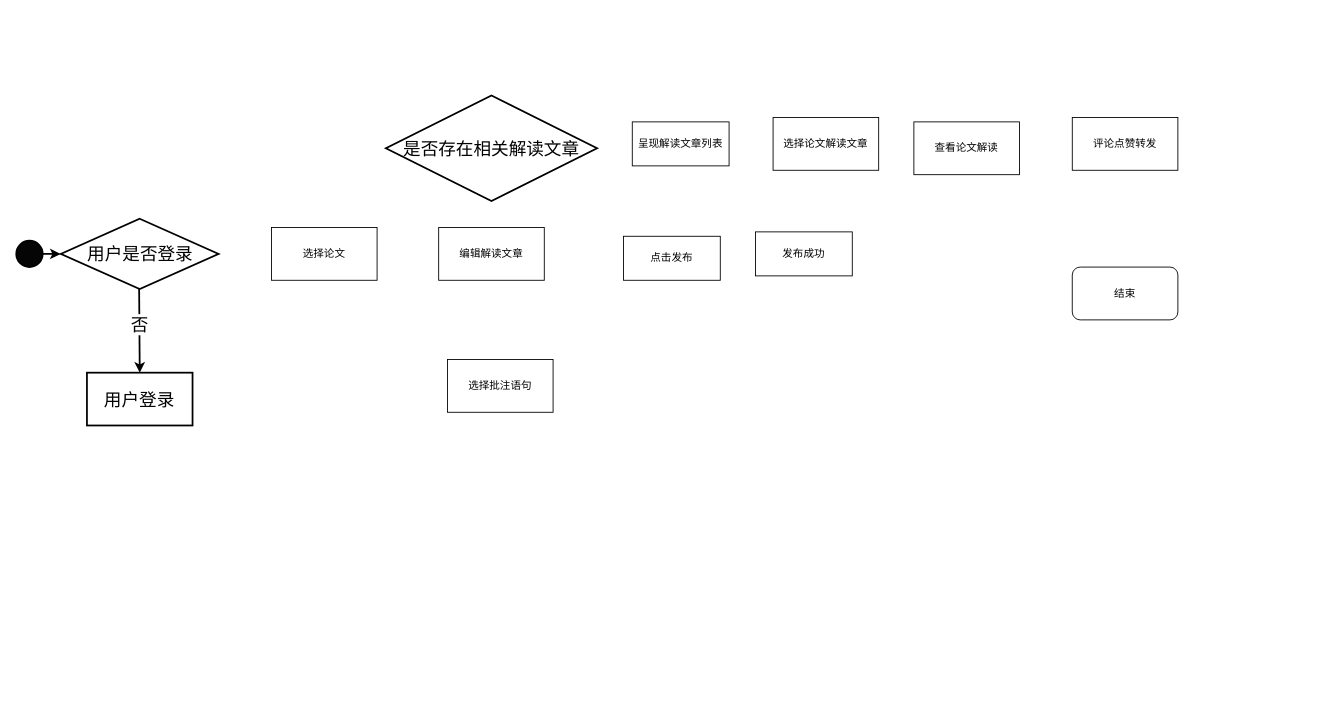
This is 2024-BUAA-SE/需求规格书/成果解读模块-业务流程.drawio from jongsh/drawio, a draw.io file, before an edit. Source tidied: cells renumbered, new cells numbered last; positions are measured from the earlier drawing's top-left corner, leaving out a move shared by most shapes. Both pictures are drawn from the tidied source at 88%, with x=0, y=0 at pixel (16, 95).
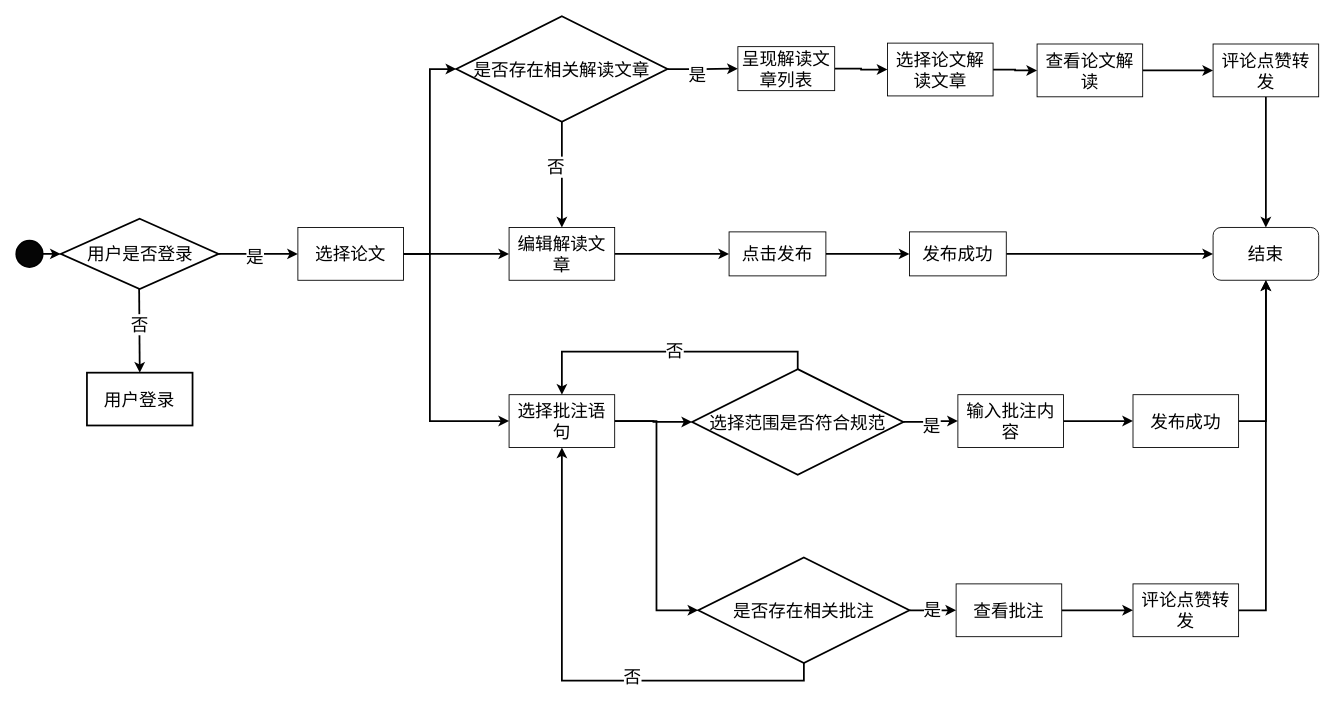
The same page after the edit.

Commit message (it also covers changes not shown here):
更新成果解读模块-业务流程.drawio

Unchanged cells that the change refers to:
```xml
<mxCell id="3" value="&lt;font style=&quot;font-size: 20px;&quot;&gt;用户是否登录&lt;/font&gt;" style="rhombus;whiteSpace=wrap;html=1;strokeWidth=2;spacing=2;fontSize=20;fontColor=default;labelBackgroundColor=none;horizontal=1;" parent="1" vertex="1">
  <mxGeometry x="50.5" y="140" width="179.5" height="80" as="geometry" />
</mxCell>
```

Diff of the diagram source:
```diff
@@
+    <mxCell id="20" style="edgeStyle=orthogonalEdgeStyle;rounded=0;jettySize=auto;html=1;exitX=1;exitY=0.5;exitDx=0;exitDy=0;entryX=0;entryY=0.5;entryDx=0;entryDy=0;fontSize=20;strokeWidth=2;" parent="1" edge="1" source="3" target="9">
+      <mxGeometry relative="1" as="geometry" />
+    </mxCell>
+    <mxCell id="21" value="是" style="edgeLabel;html=1;align=center;verticalAlign=middle;fontSize=20;" parent="20" vertex="1">
+      <mxGeometry x="-0.12" y="-2" relative="1" as="geometry" />
+    </mxCell>
@@
+    <mxCell id="22" style="edgeStyle=orthogonalEdgeStyle;rounded=0;jettySize=auto;html=1;exitX=1;exitY=0.5;exitDx=0;exitDy=0;entryX=0;entryY=0.5;entryDx=0;entryDy=0;fontSize=20;strokeWidth=2;" parent="1" edge="1" source="9" target="10">
+      <mxGeometry relative="1" as="geometry" />
+    </mxCell>
+    <mxCell id="23" style="edgeStyle=orthogonalEdgeStyle;rounded=0;jettySize=auto;html=1;exitX=1;exitY=0.5;exitDx=0;exitDy=0;entryX=0;entryY=0.5;entryDx=0;entryDy=0;fontSize=20;strokeWidth=2;" parent="1" edge="1" source="9" target="12">
+      <mxGeometry relative="1" as="geometry" />
+    </mxCell>
+    <mxCell id="24" style="edgeStyle=orthogonalEdgeStyle;rounded=0;jettySize=auto;html=1;exitX=1;exitY=0.5;exitDx=0;exitDy=0;entryX=0;entryY=0.5;entryDx=0;entryDy=0;fontSize=20;strokeWidth=2;" parent="1" edge="1" source="9" target="11">
+      <mxGeometry relative="1" as="geometry">
+        <Array as="points">
+          <mxPoint x="470" y="180" />
+          <mxPoint x="470" y="370" />
+        </Array>
+      </mxGeometry>
+    </mxCell>
-    <mxCell id="9" value="选择论文" style="rounded=0;whiteSpace=wrap;html=1;" parent="1" vertex="1">
-      <mxGeometry x="290" y="150" width="120" height="60" as="geometry" />
+    <mxCell id="9" value="选择论文" style="rounded=0;whiteSpace=wrap;html=1;fontSize=20;" parent="1" vertex="1">
+      <mxGeometry x="320" y="150" width="120" height="60" as="geometry" />
     </mxCell>
+    <mxCell id="25" style="edgeStyle=orthogonalEdgeStyle;rounded=0;jettySize=auto;html=1;exitX=1;exitY=0.5;exitDx=0;exitDy=0;entryX=0;entryY=0.5;entryDx=0;entryDy=0;fontSize=20;strokeWidth=2;" parent="1" edge="1" source="10" target="17">
+      <mxGeometry relative="1" as="geometry" />
+    </mxCell>
-    <mxCell id="10" value="编辑解读文章" style="rounded=0;whiteSpace=wrap;html=1;" parent="1" vertex="1">
-      <mxGeometry x="480" y="150" width="120" height="60" as="geometry" />
+    <mxCell id="10" value="编辑解读文章" style="rounded=0;whiteSpace=wrap;html=1;fontSize=20;" parent="1" vertex="1">
+      <mxGeometry x="560" y="150" width="120" height="60" as="geometry" />
     </mxCell>
+    <mxCell id="26" style="edgeStyle=orthogonalEdgeStyle;rounded=0;jettySize=auto;html=1;exitX=1;exitY=0.5;exitDx=0;exitDy=0;entryX=0;entryY=0.5;entryDx=0;entryDy=0;fontSize=20;strokeWidth=2;" parent="1" edge="1" source="11" target="44">
+      <mxGeometry relative="1" as="geometry" />
+    </mxCell>
+    <mxCell id="27" style="edgeStyle=orthogonalEdgeStyle;rounded=0;jettySize=auto;html=1;exitX=1;exitY=0.5;exitDx=0;exitDy=0;entryX=0;entryY=0.5;entryDx=0;entryDy=0;fontSize=20;strokeWidth=2;" parent="1" edge="1" source="11" target="49">
+      <mxGeometry relative="1" as="geometry" />
+    </mxCell>
-    <mxCell id="11" value="选择批注语句" style="rounded=0;whiteSpace=wrap;html=1;" parent="1" vertex="1">
-      <mxGeometry x="490" y="300" width="120" height="60" as="geometry" />
+    <mxCell id="11" value="选择批注语句" style="rounded=0;whiteSpace=wrap;html=1;fontSize=20;" parent="1" vertex="1">
+      <mxGeometry x="560" y="340" width="120" height="60" as="geometry" />
     </mxCell>
+    <mxCell id="28" style="edgeStyle=orthogonalEdgeStyle;rounded=0;jettySize=auto;html=1;exitX=0.5;exitY=1;exitDx=0;exitDy=0;entryX=0.5;entryY=0;entryDx=0;entryDy=0;fontSize=20;strokeWidth=2;" parent="1" edge="1" source="12" target="10">
+      <mxGeometry relative="1" as="geometry" />
+    </mxCell>
+    <mxCell id="29" value="否" style="edgeLabel;html=1;align=center;verticalAlign=middle;fontSize=20;" parent="28" vertex="1">
+      <mxGeometry x="-0.16" y="-8" relative="1" as="geometry" />
+    </mxCell>
+    <mxCell id="30" style="edgeStyle=orthogonalEdgeStyle;rounded=0;jettySize=auto;html=1;exitX=1;exitY=0.5;exitDx=0;exitDy=0;entryX=0;entryY=0.5;entryDx=0;entryDy=0;fontSize=20;strokeWidth=2;" parent="1" edge="1" source="12" target="13">
+      <mxGeometry relative="1" as="geometry" />
+    </mxCell>
+    <mxCell id="31" value="是" style="edgeLabel;html=1;align=center;verticalAlign=middle;fontSize=20;" parent="30" vertex="1">
+      <mxGeometry x="-0.18" y="-5" relative="1" as="geometry" />
+    </mxCell>
     <mxCell id="12" value="&lt;font style=&quot;font-size: 20px;&quot;&gt;是否存在相关解读文章&lt;/font&gt;" style="rhombus;whiteSpace=wrap;html=1;strokeWidth=2;spacing=2;fontSize=20;fontColor=default;labelBackgroundColor=none;horizontal=1;" parent="1" vertex="1">
-      <mxGeometry x="420" width="240" height="120" as="geometry" />
+      <mxGeometry x="500" y="-90" width="240" height="120" as="geometry" />
     </mxCell>
+    <mxCell id="32" style="edgeStyle=orthogonalEdgeStyle;rounded=0;jettySize=auto;html=1;exitX=1;exitY=0.5;exitDx=0;exitDy=0;entryX=0;entryY=0.5;entryDx=0;entryDy=0;fontSize=20;strokeWidth=2;" parent="1" edge="1" source="13" target="14">
+      <mxGeometry relative="1" as="geometry" />
+    </mxCell>
-    <mxCell id="13" value="呈现解读文章列表" style="rounded=0;whiteSpace=wrap;html=1;" parent="1" vertex="1">
-      <mxGeometry x="700" y="30" width="110" height="50" as="geometry" />
+    <mxCell id="13" value="呈现解读文章列表" style="rounded=0;whiteSpace=wrap;html=1;fontSize=20;" parent="1" vertex="1">
+      <mxGeometry x="820" y="-55.5" width="110" height="50" as="geometry" />
     </mxCell>
+    <mxCell id="33" style="edgeStyle=orthogonalEdgeStyle;rounded=0;jettySize=auto;html=1;exitX=1;exitY=0.5;exitDx=0;exitDy=0;entryX=0;entryY=0.5;entryDx=0;entryDy=0;fontSize=20;strokeWidth=2;" parent="1" edge="1" source="14" target="15">
+      <mxGeometry relative="1" as="geometry" />
+    </mxCell>
-    <mxCell id="14" value="选择论文解读文章" style="rounded=0;whiteSpace=wrap;html=1;" parent="1" vertex="1">
-      <mxGeometry x="860" y="25" width="120" height="60" as="geometry" />
+    <mxCell id="14" value="选择论文解读文章" style="rounded=0;whiteSpace=wrap;html=1;fontSize=20;" parent="1" vertex="1">
+      <mxGeometry x="990" y="-59.5" width="120" height="60" as="geometry" />
     </mxCell>
+    <mxCell id="34" style="edgeStyle=orthogonalEdgeStyle;rounded=0;jettySize=auto;html=1;exitX=1;exitY=0.5;exitDx=0;exitDy=0;entryX=0;entryY=0.5;entryDx=0;entryDy=0;fontSize=20;strokeWidth=2;" parent="1" edge="1" source="15" target="16">
+      <mxGeometry relative="1" as="geometry" />
+    </mxCell>
-    <mxCell id="15" value="查看论文解读" style="rounded=0;whiteSpace=wrap;html=1;" parent="1" vertex="1">
-      <mxGeometry x="1020" y="30" width="120" height="60" as="geometry" />
+    <mxCell id="15" value="查看论文解读" style="rounded=0;whiteSpace=wrap;html=1;fontSize=20;" parent="1" vertex="1">
+      <mxGeometry x="1160" y="-58.5" width="120" height="60" as="geometry" />
     </mxCell>
+    <mxCell id="35" style="edgeStyle=orthogonalEdgeStyle;rounded=0;jettySize=auto;html=1;exitX=0.5;exitY=1;exitDx=0;exitDy=0;entryX=0.5;entryY=0;entryDx=0;entryDy=0;fontSize=20;strokeWidth=2;" parent="1" edge="1" source="16" target="19">
+      <mxGeometry relative="1" as="geometry" />
+    </mxCell>
-    <mxCell id="16" value="评论点赞转发" style="rounded=0;whiteSpace=wrap;html=1;" parent="1" vertex="1">
-      <mxGeometry x="1200" y="25" width="120" height="60" as="geometry" />
+    <mxCell id="16" value="评论点赞转发" style="rounded=0;whiteSpace=wrap;html=1;fontSize=20;" parent="1" vertex="1">
+      <mxGeometry x="1360" y="-58.5" width="120" height="60" as="geometry" />
     </mxCell>
+    <mxCell id="36" style="edgeStyle=orthogonalEdgeStyle;rounded=0;jettySize=auto;html=1;exitX=1;exitY=0.5;exitDx=0;exitDy=0;entryX=0;entryY=0.5;entryDx=0;entryDy=0;fontSize=20;strokeWidth=2;" parent="1" edge="1" source="17" target="18">
+      <mxGeometry relative="1" as="geometry" />
+    </mxCell>
-    <mxCell id="17" value="点击发布" style="rounded=0;whiteSpace=wrap;html=1;" parent="1" vertex="1">
-      <mxGeometry x="690" y="160" width="110" height="50" as="geometry" />
+    <mxCell id="17" value="点击发布" style="rounded=0;whiteSpace=wrap;html=1;fontSize=20;" parent="1" vertex="1">
+      <mxGeometry x="810" y="155" width="110" height="50" as="geometry" />
     </mxCell>
+    <mxCell id="37" style="edgeStyle=orthogonalEdgeStyle;rounded=0;jettySize=auto;html=1;exitX=1;exitY=0.5;exitDx=0;exitDy=0;entryX=0;entryY=0.5;entryDx=0;entryDy=0;fontSize=20;strokeWidth=2;" parent="1" edge="1" source="18" target="19">
+      <mxGeometry relative="1" as="geometry" />
+    </mxCell>
-    <mxCell id="18" value="发布成功" style="rounded=0;whiteSpace=wrap;html=1;" parent="1" vertex="1">
-      <mxGeometry x="840" y="155" width="110" height="50" as="geometry" />
+    <mxCell id="18" value="发布成功" style="rounded=0;whiteSpace=wrap;html=1;fontSize=20;" parent="1" vertex="1">
+      <mxGeometry x="1015" y="155" width="110" height="50" as="geometry" />
     </mxCell>
-    <mxCell id="19" value="结束" style="rounded=1;whiteSpace=wrap;html=1;" parent="1" vertex="1">
-      <mxGeometry x="1200" y="195" width="120" height="60" as="geometry" />
+    <mxCell id="19" value="结束" style="rounded=1;whiteSpace=wrap;html=1;fontSize=20;" parent="1" vertex="1">
+      <mxGeometry x="1360" y="150" width="120" height="60" as="geometry" />
     </mxCell>
+    <mxCell id="38" style="edgeStyle=orthogonalEdgeStyle;rounded=0;jettySize=auto;html=1;exitX=1;exitY=0.5;exitDx=0;exitDy=0;entryX=0;entryY=0.5;entryDx=0;entryDy=0;fontSize=20;strokeWidth=2;" parent="1" edge="1" source="39" target="53">
+      <mxGeometry relative="1" as="geometry" />
+    </mxCell>
+    <mxCell id="39" value="输入批注内容" style="rounded=0;whiteSpace=wrap;html=1;fontSize=20;" parent="1" vertex="1">
+      <mxGeometry x="1070" y="340" width="120" height="60" as="geometry" />
+    </mxCell>
+    <mxCell id="40" style="edgeStyle=orthogonalEdgeStyle;rounded=0;jettySize=auto;html=1;exitX=1;exitY=0.5;exitDx=0;exitDy=0;entryX=0;entryY=0.5;entryDx=0;entryDy=0;fontSize=20;strokeWidth=2;" parent="1" edge="1" source="44" target="39">
+      <mxGeometry relative="1" as="geometry" />
+    </mxCell>
+    <mxCell id="41" value="是" style="edgeLabel;html=1;align=center;verticalAlign=middle;fontSize=20;" parent="40" vertex="1">
+      <mxGeometry x="-0.03" y="-3" relative="1" as="geometry">
+        <mxPoint x="-3" y="3" as="offset" />
+      </mxGeometry>
+    </mxCell>
+    <mxCell id="42" style="edgeStyle=orthogonalEdgeStyle;rounded=0;jettySize=auto;html=1;exitX=0.5;exitY=0;exitDx=0;exitDy=0;entryX=0.5;entryY=0;entryDx=0;entryDy=0;fontSize=20;strokeWidth=2;" parent="1" edge="1" source="44" target="11">
+      <mxGeometry relative="1" as="geometry" />
+    </mxCell>
+    <mxCell id="43" value="否" style="edgeLabel;html=1;align=center;verticalAlign=middle;fontSize=20;" parent="42" vertex="1">
+      <mxGeometry x="-0.05" y="-2" relative="1" as="geometry">
+        <mxPoint x="-1" as="offset" />
+      </mxGeometry>
+    </mxCell>
+    <mxCell id="44" value="&lt;font style=&quot;font-size: 20px;&quot;&gt;选择范围是否符合规范&lt;/font&gt;" style="rhombus;whiteSpace=wrap;html=1;strokeWidth=2;spacing=2;fontSize=20;fontColor=default;labelBackgroundColor=none;horizontal=1;" parent="1" vertex="1">
+      <mxGeometry x="768" y="311" width="240" height="120" as="geometry" />
+    </mxCell>
+    <mxCell id="45" style="edgeStyle=orthogonalEdgeStyle;rounded=0;jettySize=auto;html=1;exitX=1;exitY=0.5;exitDx=0;exitDy=0;entryX=0;entryY=0.5;entryDx=0;entryDy=0;fontSize=20;strokeWidth=2;" parent="1" edge="1" source="49" target="51">
+      <mxGeometry relative="1" as="geometry" />
+    </mxCell>
+    <mxCell id="46" value="是" style="edgeLabel;html=1;align=center;verticalAlign=middle;fontSize=20;" parent="45" vertex="1">
+      <mxGeometry x="-0.06" y="2" relative="1" as="geometry" />
+    </mxCell>
+    <mxCell id="47" style="edgeStyle=orthogonalEdgeStyle;rounded=0;jettySize=auto;html=1;exitX=0.5;exitY=1;exitDx=0;exitDy=0;entryX=0.5;entryY=1;entryDx=0;entryDy=0;fontSize=20;strokeWidth=2;" parent="1" edge="1" source="49" target="11">
+      <mxGeometry relative="1" as="geometry" />
+    </mxCell>
+    <mxCell id="48" value="否" style="edgeLabel;html=1;align=center;verticalAlign=middle;fontSize=20;" parent="47" vertex="1">
+      <mxGeometry x="-0.23" y="-6" relative="1" as="geometry" />
+    </mxCell>
+    <mxCell id="49" value="&lt;font style=&quot;font-size: 20px;&quot;&gt;是否存在相关批注&lt;/font&gt;" style="rhombus;whiteSpace=wrap;html=1;strokeWidth=2;spacing=2;fontSize=20;fontColor=default;labelBackgroundColor=none;horizontal=1;" parent="1" vertex="1">
+      <mxGeometry x="775" y="525" width="240" height="120" as="geometry" />
+    </mxCell>
+    <mxCell id="50" style="edgeStyle=orthogonalEdgeStyle;rounded=0;jettySize=auto;html=1;exitX=1;exitY=0.5;exitDx=0;exitDy=0;entryX=0;entryY=0.5;entryDx=0;entryDy=0;fontSize=20;strokeWidth=2;" parent="1" edge="1" source="51" target="55">
+      <mxGeometry relative="1" as="geometry" />
+    </mxCell>
+    <mxCell id="51" value="查看批注" style="rounded=0;whiteSpace=wrap;html=1;fontSize=20;" parent="1" vertex="1">
+      <mxGeometry x="1068" y="555" width="120" height="60" as="geometry" />
+    </mxCell>
+    <mxCell id="52" style="edgeStyle=orthogonalEdgeStyle;rounded=0;jettySize=auto;html=1;exitX=1;exitY=0.5;exitDx=0;exitDy=0;entryX=0.5;entryY=1;entryDx=0;entryDy=0;fontSize=20;strokeWidth=2;" parent="1" edge="1" source="53" target="19">
+      <mxGeometry relative="1" as="geometry" />
+    </mxCell>
+    <mxCell id="53" value="发布成功" style="rounded=0;whiteSpace=wrap;html=1;fontSize=20;" parent="1" vertex="1">
+      <mxGeometry x="1269" y="340" width="120" height="60" as="geometry" />
+    </mxCell>
+    <mxCell id="54" style="edgeStyle=orthogonalEdgeStyle;rounded=0;jettySize=auto;html=1;exitX=1;exitY=0.5;exitDx=0;exitDy=0;entryX=0.5;entryY=1;entryDx=0;entryDy=0;fontSize=20;strokeWidth=2;" parent="1" edge="1" source="55" target="19">
+      <mxGeometry relative="1" as="geometry" />
+    </mxCell>
+    <mxCell id="55" value="评论点赞转发" style="rounded=0;whiteSpace=wrap;html=1;fontSize=20;" parent="1" vertex="1">
+      <mxGeometry x="1269" y="555" width="120" height="60" as="geometry" />
+    </mxCell>
```
